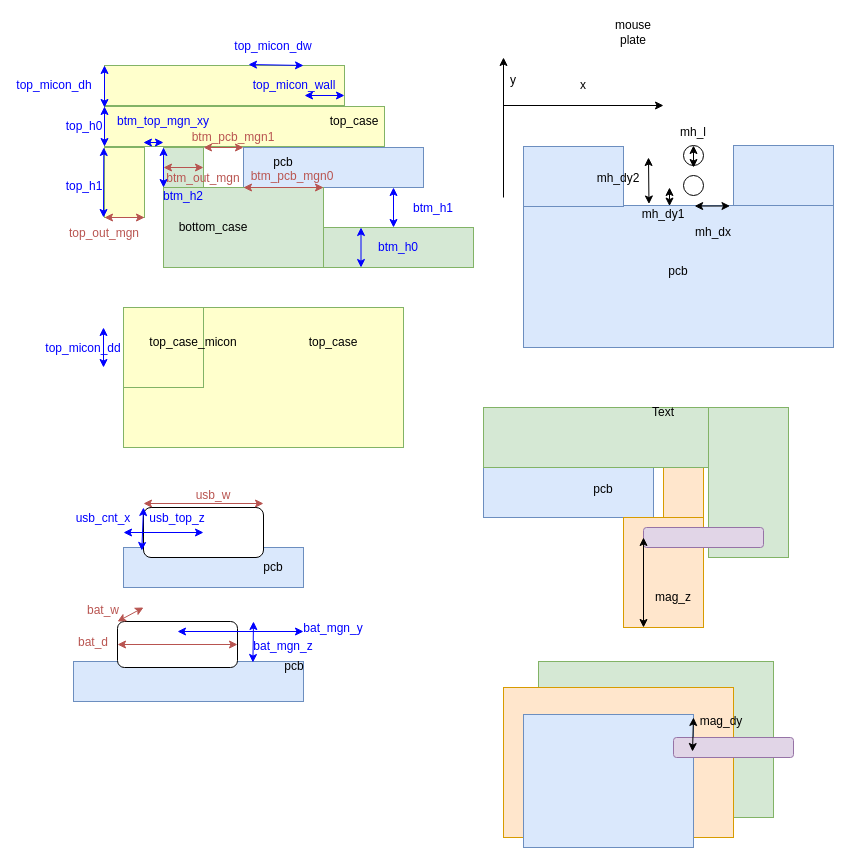
This is solx/components/keyboard/keycase.drawio from masashi2ueda/solx, a draw.io file, before an edit. Source tidied: cells renumbered, new cells numbered last; positions are measured from the earlier drawing's top-left corner, leaving out a move shared by most shapes. Both pictures are drawn from the tidied source at 100%, with x=0, y=0 at pixel (24, 17).
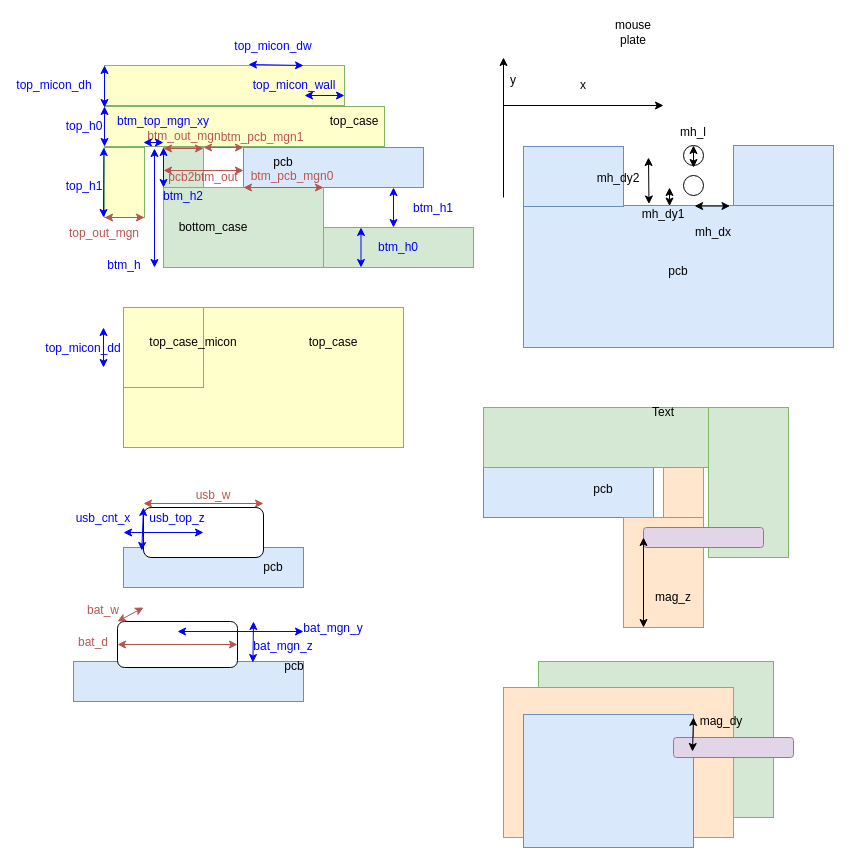
Above is the later version.

Commit message (it also covers changes not shown here):
btm_caseまでok

Unchanged cells that the change refers to:
```xml
<mxCell id="8" style="rounded=0;whiteSpace=wrap;html=1;fillColor=#d5e8d4;strokeColor=#82b366;" parent="1" vertex="1">
  <mxGeometry x="139" y="130" width="40" height="40" as="geometry" />
</mxCell>
```

Diff of the diagram source:
```diff
@@
     <mxCell id="5" value="btm_pcb_mgn1" style="text;html=1;align=center;verticalAlign=middle;whiteSpace=wrap;rounded=0;fontColor=light-dark(#b95551, #ededed);" parent="1" vertex="1">
-      <mxGeometry x="179" y="111" width="60" height="18" as="geometry" />
+      <mxGeometry x="208" y="111" width="60" height="18" as="geometry" />
     </mxCell>
@@
-    <mxCell id="14" style="endArrow=classic;startArrow=classic;html=1;exitX=0;exitY=0.5;exitDx=0;exitDy=0;fillColor=#f8cecc;strokeColor=#b85450;" parent="1" edge="1" source="8">
+    <mxCell id="14" style="endArrow=classic;startArrow=classic;html=1;exitX=0;exitY=0.5;exitDx=0;exitDy=0;fillColor=#f8cecc;strokeColor=#b85450;" parent="1" edge="1">
       <mxGeometry relative="1" as="geometry">
-        <mxPoint x="179" y="150" as="targetPoint" />
+        <mxPoint x="139" y="131" as="sourcePoint" />
+        <mxPoint x="179" y="131" as="targetPoint" />
       </mxGeometry>
     </mxCell>
     <mxCell id="15" value="btm_out_mgn" style="text;html=1;align=center;verticalAlign=middle;whiteSpace=wrap;rounded=0;fontColor=light-dark(#b95551, #ededed);" parent="1" vertex="1">
-      <mxGeometry x="149" y="152" width="60" height="18" as="geometry" />
+      <mxGeometry x="130" y="110" width="60" height="18" as="geometry" />
     </mxCell>
@@
+    <mxCell id="100" style="endArrow=classic;startArrow=classic;html=1;fillColor=#f8cecc;strokeColor=#0000FF;exitX=0;exitY=0;exitDx=0;exitDy=0;" parent="1" edge="1">
+      <mxGeometry relative="1" as="geometry">
+        <mxPoint x="130" y="131" as="sourcePoint" />
+        <mxPoint x="130" y="250" as="targetPoint" />
+      </mxGeometry>
+    </mxCell>
+    <mxCell id="101" value="btm_h" style="text;html=1;align=center;verticalAlign=middle;whiteSpace=wrap;rounded=0;fontColor=light-dark(#0000FF,#EDEDED);" parent="1" vertex="1">
+      <mxGeometry x="70" y="239" width="60" height="18" as="geometry" />
+    </mxCell>
+    <mxCell id="102" style="endArrow=classic;startArrow=classic;html=1;fillColor=#f8cecc;strokeColor=#b85450;" parent="1" edge="1">
+      <mxGeometry relative="1" as="geometry">
+        <mxPoint x="139" y="153" as="sourcePoint" />
+        <mxPoint x="219" y="153" as="targetPoint" />
+      </mxGeometry>
+    </mxCell>
+    <mxCell id="103" value="pcb2btm_out" style="text;html=1;align=center;verticalAlign=middle;whiteSpace=wrap;rounded=0;fontColor=light-dark(#b95551, #ededed);" parent="1" vertex="1">
+      <mxGeometry x="149" y="151" width="60" height="18" as="geometry" />
+    </mxCell>
```
